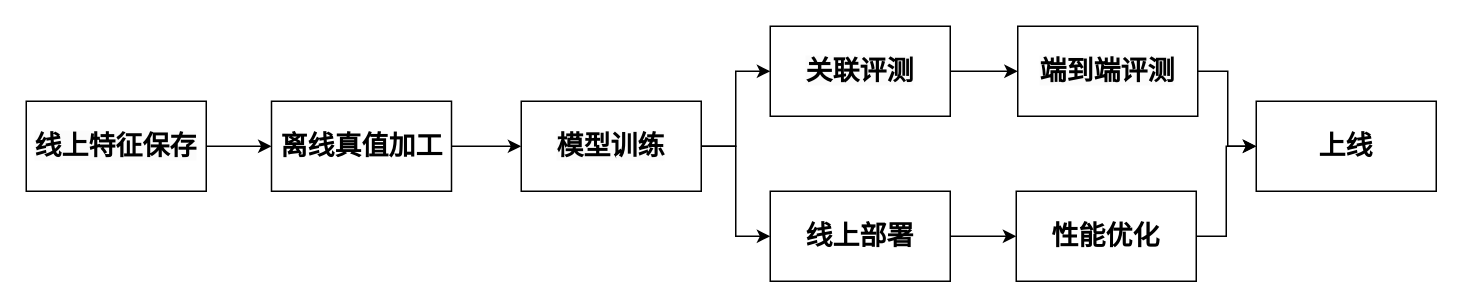
Above: xgb二阶段方案.drawio in Angzz/drawio (draw.io), before the change. Source tidied: cells renumbered, new cells numbered last; positions are measured from the earlier drawing's top-left corner, leaving out a move shared by most shapes. Both pictures are drawn from the tidied source at 150%, with x=0, y=0 at pixel (26, 26).
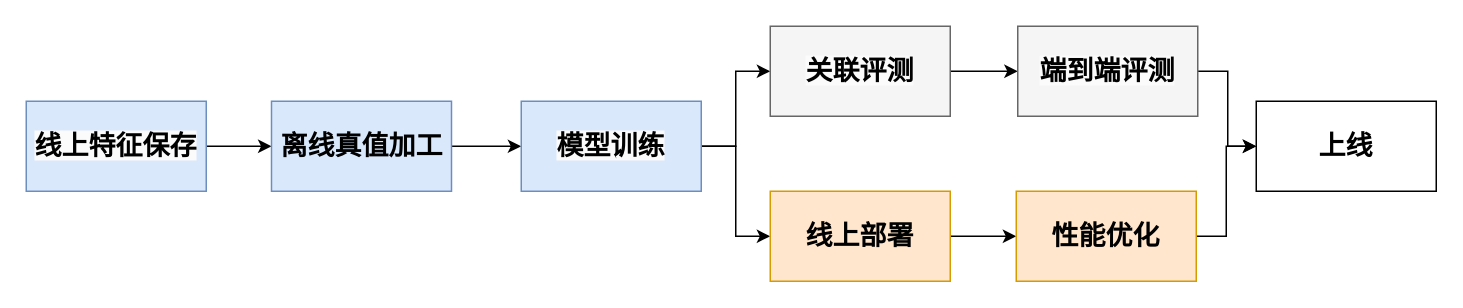
The same diagram, later.

Commit message:
更新xgb二阶段方案.drawio

The edit, as a diff of the source:
```diff
@@
 <mxGraphModel>
   <root>
     <mxCell id="0" />
     <mxCell id="1" parent="0" />
     <mxCell id="2" style="edgeStyle=orthogonalEdgeStyle;rounded=0;jettySize=auto;html=1;entryX=0;entryY=0.5;entryDx=0;entryDy=0;" parent="1" edge="1" source="3" target="5">
       <mxGeometry relative="1" as="geometry" />
     </mxCell>
-    <mxCell id="3" value="&lt;span style=&quot;color: rgb(0, 0, 0); font-family: Helvetica; font-style: normal; font-variant-ligatures: normal; font-variant-caps: normal; letter-spacing: normal; orphans: 2; text-align: center; text-indent: 0px; text-transform: none; widows: 2; word-spacing: 0px; -webkit-text-stroke-width: 0px; white-space: nowrap; background-color: rgb(251, 251, 251); text-decoration-thickness: initial; text-decoration-style: initial; text-decoration-color: initial; float: none; font-size: 18px; display: inline !important;&quot;&gt;&lt;font style=&quot;font-size: 18px;&quot;&gt;线上特征保存&lt;/font&gt;&lt;/span&gt;" style="rounded=0;whiteSpace=wrap;html=1;fontStyle=1;fontSize=18;" parent="1" vertex="1">
+    <mxCell id="3" value="&lt;span style=&quot;color: rgb(0, 0, 0); font-family: Helvetica; font-style: normal; font-variant-ligatures: normal; font-variant-caps: normal; letter-spacing: normal; orphans: 2; text-align: center; text-indent: 0px; text-transform: none; widows: 2; word-spacing: 0px; -webkit-text-stroke-width: 0px; white-space: nowrap; background-color: rgb(251, 251, 251); text-decoration-thickness: initial; text-decoration-style: initial; text-decoration-color: initial; float: none; font-size: 18px; display: inline !important;&quot;&gt;&lt;font style=&quot;font-size: 18px;&quot;&gt;线上特征保存&lt;/font&gt;&lt;/span&gt;" style="rounded=0;whiteSpace=wrap;html=1;fontStyle=1;fontSize=18;fillColor=#dae8fc;strokeColor=#6c8ebf;" parent="1" vertex="1">
       <mxGeometry y="50" width="120" height="60" as="geometry" />
     </mxCell>
     <mxCell id="4" style="edgeStyle=orthogonalEdgeStyle;rounded=0;jettySize=auto;html=1;entryX=0;entryY=0.5;entryDx=0;entryDy=0;" parent="1" edge="1" source="5" target="8">
       <mxGeometry relative="1" as="geometry" />
     </mxCell>
-    <mxCell id="5" value="&lt;span style=&quot;text-wrap: nowrap; font-size: 18px;&quot;&gt;离线真值加工&lt;/span&gt;" style="rounded=0;whiteSpace=wrap;html=1;fontSize=18;fontStyle=1;" parent="1" vertex="1">
+    <mxCell id="5" value="&lt;span style=&quot;text-wrap: nowrap; font-size: 18px;&quot;&gt;离线真值加工&lt;/span&gt;" style="rounded=0;whiteSpace=wrap;html=1;fontSize=18;fontStyle=1;fillColor=#dae8fc;strokeColor=#6c8ebf;" parent="1" vertex="1">
       <mxGeometry x="163.5" y="50" width="120" height="60" as="geometry" />
     </mxCell>
     <mxCell id="6" style="edgeStyle=orthogonalEdgeStyle;rounded=0;jettySize=auto;html=1;entryX=0;entryY=0.5;entryDx=0;entryDy=0;" parent="1" edge="1" source="8" target="10">
       <mxGeometry relative="1" as="geometry" />
     </mxCell>
     <mxCell id="7" style="edgeStyle=orthogonalEdgeStyle;rounded=0;jettySize=auto;html=1;entryX=0;entryY=0.5;entryDx=0;entryDy=0;" parent="1" edge="1" source="8" target="14">
       <mxGeometry relative="1" as="geometry" />
     </mxCell>
-    <mxCell id="8" value="&lt;span style=&quot;color: rgb(0, 0, 0); font-family: Helvetica; font-size: 18px; font-style: normal; font-variant-ligatures: normal; font-variant-caps: normal; letter-spacing: normal; orphans: 2; text-align: center; text-indent: 0px; text-transform: none; widows: 2; word-spacing: 0px; -webkit-text-stroke-width: 0px; white-space: nowrap; background-color: rgb(251, 251, 251); text-decoration-thickness: initial; text-decoration-style: initial; text-decoration-color: initial; float: none; display: inline !important;&quot;&gt;模型训练&lt;/span&gt;" style="rounded=0;whiteSpace=wrap;html=1;fontSize=18;fontStyle=1;" parent="1" vertex="1">
+    <mxCell id="8" value="&lt;span style=&quot;color: rgb(0, 0, 0); font-family: Helvetica; font-size: 18px; font-style: normal; font-variant-ligatures: normal; font-variant-caps: normal; letter-spacing: normal; orphans: 2; text-align: center; text-indent: 0px; text-transform: none; widows: 2; word-spacing: 0px; -webkit-text-stroke-width: 0px; white-space: nowrap; background-color: rgb(251, 251, 251); text-decoration-thickness: initial; text-decoration-style: initial; text-decoration-color: initial; float: none; display: inline !important;&quot;&gt;模型训练&lt;/span&gt;" style="rounded=0;whiteSpace=wrap;html=1;fontSize=18;fontStyle=1;fillColor=#dae8fc;strokeColor=#6c8ebf;" parent="1" vertex="1">
       <mxGeometry x="330" y="50" width="120" height="60" as="geometry" />
     </mxCell>
     <mxCell id="9" style="edgeStyle=orthogonalEdgeStyle;rounded=0;jettySize=auto;html=1;" parent="1" edge="1" source="10" target="12">
       <mxGeometry relative="1" as="geometry" />
     </mxCell>
-    <mxCell id="10" value="&lt;span style=&quot;color: rgb(0, 0, 0); font-family: Helvetica; font-size: 18px; font-style: normal; font-variant-ligatures: normal; font-variant-caps: normal; letter-spacing: normal; orphans: 2; text-align: center; text-indent: 0px; text-transform: none; widows: 2; word-spacing: 0px; -webkit-text-stroke-width: 0px; white-space: nowrap; background-color: rgb(251, 251, 251); text-decoration-thickness: initial; text-decoration-style: initial; text-decoration-color: initial; float: none; display: inline !important;&quot;&gt;关联评测&lt;/span&gt;" style="rounded=0;whiteSpace=wrap;html=1;fontStyle=1;fontSize=18;" parent="1" vertex="1">
+    <mxCell id="10" value="&lt;span style=&quot;color: rgb(0, 0, 0); font-family: Helvetica; font-size: 18px; font-style: normal; font-variant-ligatures: normal; font-variant-caps: normal; letter-spacing: normal; orphans: 2; text-align: center; text-indent: 0px; text-transform: none; widows: 2; word-spacing: 0px; -webkit-text-stroke-width: 0px; white-space: nowrap; background-color: rgb(251, 251, 251); text-decoration-thickness: initial; text-decoration-style: initial; text-decoration-color: initial; float: none; display: inline !important;&quot;&gt;关联评测&lt;/span&gt;" style="rounded=0;whiteSpace=wrap;html=1;fontStyle=1;fontSize=18;fillColor=#f5f5f5;fontColor=#333333;strokeColor=#666666;" parent="1" vertex="1">
       <mxGeometry x="496" width="120" height="60" as="geometry" />
     </mxCell>
     <mxCell id="11" style="edgeStyle=orthogonalEdgeStyle;rounded=0;jettySize=auto;html=1;" parent="1" edge="1" source="12" target="17">
       <mxGeometry relative="1" as="geometry" />
     </mxCell>
-    <mxCell id="12" value="&lt;span style=&quot;color: rgb(0, 0, 0); font-family: Helvetica; font-size: 18px; font-style: normal; font-variant-ligatures: normal; font-variant-caps: normal; letter-spacing: normal; orphans: 2; text-align: center; text-indent: 0px; text-transform: none; widows: 2; word-spacing: 0px; -webkit-text-stroke-width: 0px; white-space: nowrap; background-color: rgb(251, 251, 251); text-decoration-thickness: initial; text-decoration-style: initial; text-decoration-color: initial; float: none; display: inline !important;&quot;&gt;端到端评测&lt;/span&gt;" style="rounded=0;whiteSpace=wrap;html=1;fontSize=18;fontStyle=1;" parent="1" vertex="1">
+    <mxCell id="12" value="&lt;span style=&quot;color: rgb(0, 0, 0); font-family: Helvetica; font-size: 18px; font-style: normal; font-variant-ligatures: normal; font-variant-caps: normal; letter-spacing: normal; orphans: 2; text-align: center; text-indent: 0px; text-transform: none; widows: 2; word-spacing: 0px; -webkit-text-stroke-width: 0px; white-space: nowrap; background-color: rgb(251, 251, 251); text-decoration-thickness: initial; text-decoration-style: initial; text-decoration-color: initial; float: none; display: inline !important;&quot;&gt;端到端评测&lt;/span&gt;" style="rounded=0;whiteSpace=wrap;html=1;fontSize=18;fontStyle=1;fillColor=#f5f5f5;fontColor=#333333;strokeColor=#666666;" parent="1" vertex="1">
       <mxGeometry x="661" width="120" height="60" as="geometry" />
     </mxCell>
     <mxCell id="13" style="edgeStyle=orthogonalEdgeStyle;rounded=0;jettySize=auto;html=1;" parent="1" edge="1" source="14" target="16">
       <mxGeometry relative="1" as="geometry" />
     </mxCell>
-    <mxCell id="14" value="&lt;span style=&quot;text-wrap: nowrap; font-size: 18px;&quot;&gt;线上部署&lt;/span&gt;" style="rounded=0;whiteSpace=wrap;html=1;fontSize=18;fontStyle=1;" parent="1" vertex="1">
+    <mxCell id="14" value="&lt;span style=&quot;text-wrap: nowrap; font-size: 18px;&quot;&gt;线上部署&lt;/span&gt;" style="rounded=0;whiteSpace=wrap;html=1;fontSize=18;fontStyle=1;fillColor=#ffe6cc;strokeColor=#d79b00;" parent="1" vertex="1">
       <mxGeometry x="496" y="110" width="120" height="60" as="geometry" />
     </mxCell>
     <mxCell id="15" style="edgeStyle=orthogonalEdgeStyle;rounded=0;jettySize=auto;html=1;" parent="1" edge="1" source="16" target="17">
       <mxGeometry relative="1" as="geometry" />
     </mxCell>
-    <mxCell id="16" value="&lt;span style=&quot;text-wrap: nowrap; font-size: 18px;&quot;&gt;性能优化&lt;/span&gt;" style="rounded=0;whiteSpace=wrap;html=1;fontSize=18;fontStyle=1;" parent="1" vertex="1">
+    <mxCell id="16" value="&lt;span style=&quot;text-wrap: nowrap; font-size: 18px;&quot;&gt;性能优化&lt;/span&gt;" style="rounded=0;whiteSpace=wrap;html=1;fontSize=18;fontStyle=1;fillColor=#ffe6cc;strokeColor=#d79b00;" parent="1" vertex="1">
       <mxGeometry x="660" y="110" width="120" height="60" as="geometry" />
     </mxCell>
     <mxCell id="17" value="&lt;span style=&quot;text-wrap: nowrap; font-size: 18px;&quot;&gt;上线&lt;/span&gt;" style="rounded=0;whiteSpace=wrap;html=1;fontSize=18;fontStyle=1;" parent="1" vertex="1">
       <mxGeometry x="820" y="50" width="120" height="60" as="geometry" />
     </mxCell>
   </root>
 </mxGraphModel>
```
